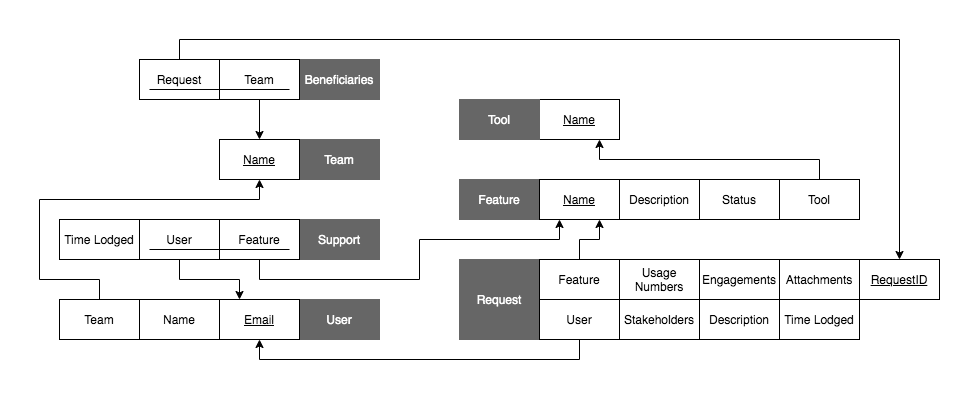
The draw.io diagram docs/DB Rel Schema Model.png in cpanzenbock/Fraudtech-Web-Activity, before a commit. Source tidied: cells renumbered, new cells last; positions are measured from the earlier drawing's top-left corner, leaving out a move shared by most shapes.
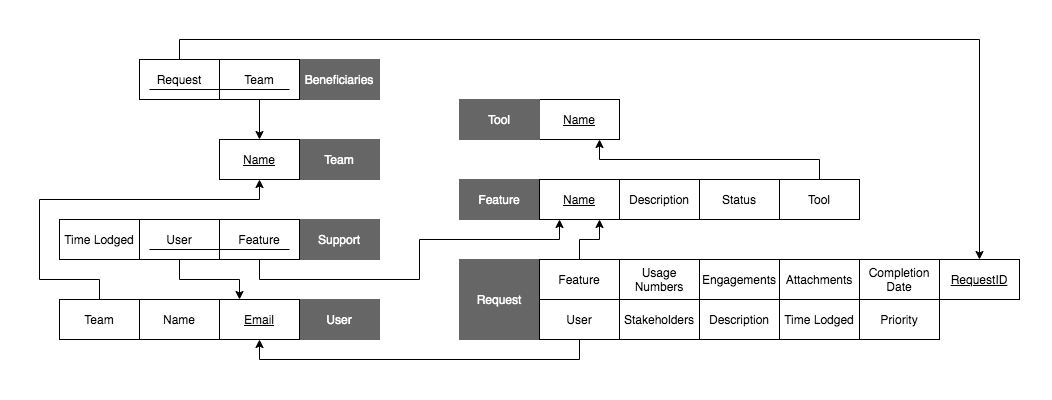
Later version of the same file.

Diff of the diagram source:
```diff
@@ -94,7 +94,7 @@
       <mxGeometry x="580" y="200" width="80" height="40" as="geometry" />
     </mxCell>
     <mxCell id="28" value="RequestID" style="rounded=0;whiteSpace=wrap;html=1;fontStyle=4;" parent="1" vertex="1">
-      <mxGeometry x="820" y="200" width="80" height="40" as="geometry" />
+      <mxGeometry x="900" y="200" width="80" height="40" as="geometry" />
     </mxCell>
     <mxCell id="29" value="Support" style="rounded=0;whiteSpace=wrap;html=1;fillColor=#666666;strokeColor=#666666;fontColor=#FFFFFF;" parent="1" vertex="1">
       <mxGeometry x="260" y="160" width="80" height="40" as="geometry" />
@@ -153,5 +153,11 @@
         <mxPoint x="110" y="30" as="targetPoint" />
       </mxGeometry>
     </mxCell>
+    <mxCell id="42" value="Priority" style="rounded=0;whiteSpace=wrap;html=1;fontStyle=0;" parent="1" vertex="1">
+      <mxGeometry x="820" y="240" width="80" height="40" as="geometry" />
+    </mxCell>
+    <mxCell id="43" value="Completion Date" style="rounded=0;whiteSpace=wrap;html=1;fontStyle=0;" parent="1" vertex="1">
+      <mxGeometry x="820" y="200" width="80" height="40" as="geometry" />
+    </mxCell>
   </root>
 </mxGraphModel>
```
